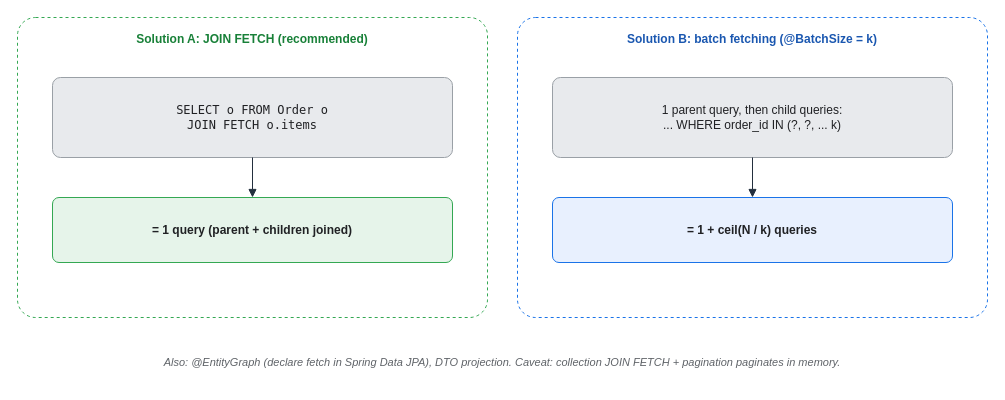
KKamJi98/kkamji98.github.io keeps this draw.io diagram as assets/img/spring/spring-20-n-plus-1-fix.drawio. Above is the earlier version. Source tidied: cells renumbered, new cells numbered last; positions are measured from the earlier drawing's top-left corner, leaving out a move shared by most shapes. Both pictures are drawn from the tidied source at 100%, with x=0, y=0 at pixel (17, 17).
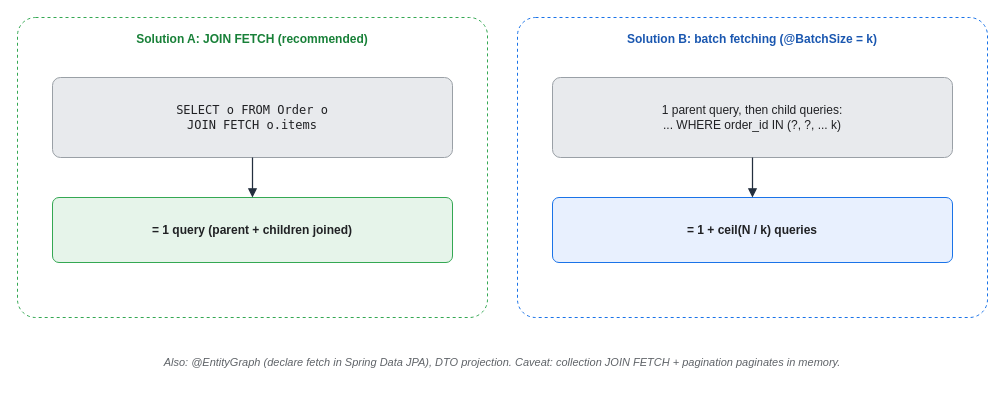
After the change.

Change to the diagram source:
```diff
@@
 <mxGraphModel background="#FFFFFF">
   <root>
     <mxCell id="0" />
     <mxCell id="1" parent="0" />
-    <mxCell id="2" value="Solution A: JOIN FETCH (recommended)" style="rounded=1;whiteSpace=wrap;html=1;arcSize=6;shadow=0;fillColor=#FFFFFF;strokeColor=#34A853;fontColor=#188038;fontStyle=1;verticalAlign=top;align=center;dashed=1;spacingTop=8;" parent="1" vertex="1">
+    <mxCell id="2" value="Solution A: JOIN FETCH (recommended)" style="rounded=1;whiteSpace=wrap;html=0;arcSize=6;shadow=0;fillColor=#FFFFFF;strokeColor=#34A853;fontColor=#188038;fontStyle=1;verticalAlign=top;align=center;dashed=1;spacingTop=8;" parent="1" vertex="1">
       <mxGeometry width="470" height="300" as="geometry" />
     </mxCell>
-    <mxCell id="3" value="SELECT o FROM Order o&#10;JOIN FETCH o.items" style="rounded=1;whiteSpace=wrap;html=1;arcSize=10;shadow=0;fillColor=#E8EAED;strokeColor=#9AA0A6;fontColor=#202124;fontFamily=monospace;" parent="1" vertex="1">
+    <mxCell id="3" value="SELECT o FROM Order o&#10;JOIN FETCH o.items" style="rounded=1;whiteSpace=wrap;html=0;arcSize=10;shadow=0;fillColor=#E8EAED;strokeColor=#9AA0A6;fontColor=#202124;fontFamily=monospace;" parent="1" vertex="1">
       <mxGeometry x="35" y="60" width="400" height="80" as="geometry" />
     </mxCell>
-    <mxCell id="4" value="= 1 query (parent + children joined)" style="rounded=1;whiteSpace=wrap;html=1;arcSize=10;shadow=0;fillColor=#E6F4EA;strokeColor=#34A853;fontColor=#202124;fontStyle=1;" parent="1" vertex="1">
+    <mxCell id="4" value="= 1 query (parent + children joined)" style="rounded=1;whiteSpace=wrap;html=0;arcSize=10;shadow=0;fillColor=#E6F4EA;strokeColor=#34A853;fontColor=#202124;fontStyle=1;" parent="1" vertex="1">
       <mxGeometry x="35" y="180" width="400" height="65" as="geometry" />
     </mxCell>
-    <mxCell id="5" value="Solution B: batch fetching (@BatchSize = k)" style="rounded=1;whiteSpace=wrap;html=1;arcSize=6;shadow=0;fillColor=#FFFFFF;strokeColor=#1A73E8;fontColor=#1A57B0;fontStyle=1;verticalAlign=top;align=center;dashed=1;spacingTop=8;" parent="1" vertex="1">
+    <mxCell id="5" value="Solution B: batch fetching (@BatchSize = k)" style="rounded=1;whiteSpace=wrap;html=0;arcSize=6;shadow=0;fillColor=#FFFFFF;strokeColor=#1A73E8;fontColor=#1A57B0;fontStyle=1;verticalAlign=top;align=center;dashed=1;spacingTop=8;" parent="1" vertex="1">
       <mxGeometry x="500" width="470" height="300" as="geometry" />
     </mxCell>
-    <mxCell id="6" value="1 parent query, then child queries:&#10;... WHERE order_id IN (?, ?, ... k)" style="rounded=1;whiteSpace=wrap;html=1;arcSize=10;shadow=0;fillColor=#E8EAED;strokeColor=#9AA0A6;fontColor=#202124;" parent="1" vertex="1">
+    <mxCell id="6" value="1 parent query, then child queries:&#10;... WHERE order_id IN (?, ?, ... k)" style="rounded=1;whiteSpace=wrap;html=0;arcSize=10;shadow=0;fillColor=#E8EAED;strokeColor=#9AA0A6;fontColor=#202124;" parent="1" vertex="1">
       <mxGeometry x="535" y="60" width="400" height="80" as="geometry" />
     </mxCell>
-    <mxCell id="7" value="= 1 + ceil(N / k) queries" style="rounded=1;whiteSpace=wrap;html=1;arcSize=10;shadow=0;fillColor=#E8F0FE;strokeColor=#1A73E8;fontColor=#202124;fontStyle=1;" parent="1" vertex="1">
+    <mxCell id="7" value="= 1 + ceil(N / k) queries" style="rounded=1;whiteSpace=wrap;html=0;arcSize=10;shadow=0;fillColor=#E8F0FE;strokeColor=#1A73E8;fontColor=#202124;fontStyle=1;" parent="1" vertex="1">
       <mxGeometry x="535" y="180" width="400" height="65" as="geometry" />
     </mxCell>
-    <mxCell id="8" value="Also: @EntityGraph (declare fetch in Spring Data JPA), DTO projection. Caveat: collection JOIN FETCH + pagination paginates in memory." style="text;html=1;align=center;verticalAlign=middle;whiteSpace=wrap;fontSize=11;fontColor=#5F6368;fontStyle=2;" parent="1" vertex="1">
+    <mxCell id="8" value="Also: @EntityGraph (declare fetch in Spring Data JPA), DTO projection. Caveat: collection JOIN FETCH + pagination paginates in memory." style="text;html=0;align=center;verticalAlign=middle;whiteSpace=wrap;fontSize=11;fontColor=#5F6368;fontStyle=2;" parent="1" vertex="1">
       <mxGeometry y="325" width="970" height="40" as="geometry" />
     </mxCell>
-    <mxCell id="9" style="edgeStyle=orthogonalEdgeStyle;rounded=1;html=1;endArrow=block;strokeColor=#232F3E;" parent="1" edge="1" source="3" target="4">
+    <mxCell id="9" style="edgeStyle=orthogonalEdgeStyle;rounded=1;html=0;endArrow=block;strokeColor=#232F3E;strokeWidth=1.25;" parent="1" edge="1" source="3" target="4">
       <mxGeometry relative="1" as="geometry" />
     </mxCell>
-    <mxCell id="10" style="edgeStyle=orthogonalEdgeStyle;rounded=1;html=1;endArrow=block;strokeColor=#232F3E;" parent="1" edge="1" source="6" target="7">
+    <mxCell id="10" style="edgeStyle=orthogonalEdgeStyle;rounded=1;html=0;endArrow=block;strokeColor=#232F3E;strokeWidth=1.25;" parent="1" edge="1" source="6" target="7">
       <mxGeometry relative="1" as="geometry" />
     </mxCell>
   </root>
 </mxGraphModel>
```
